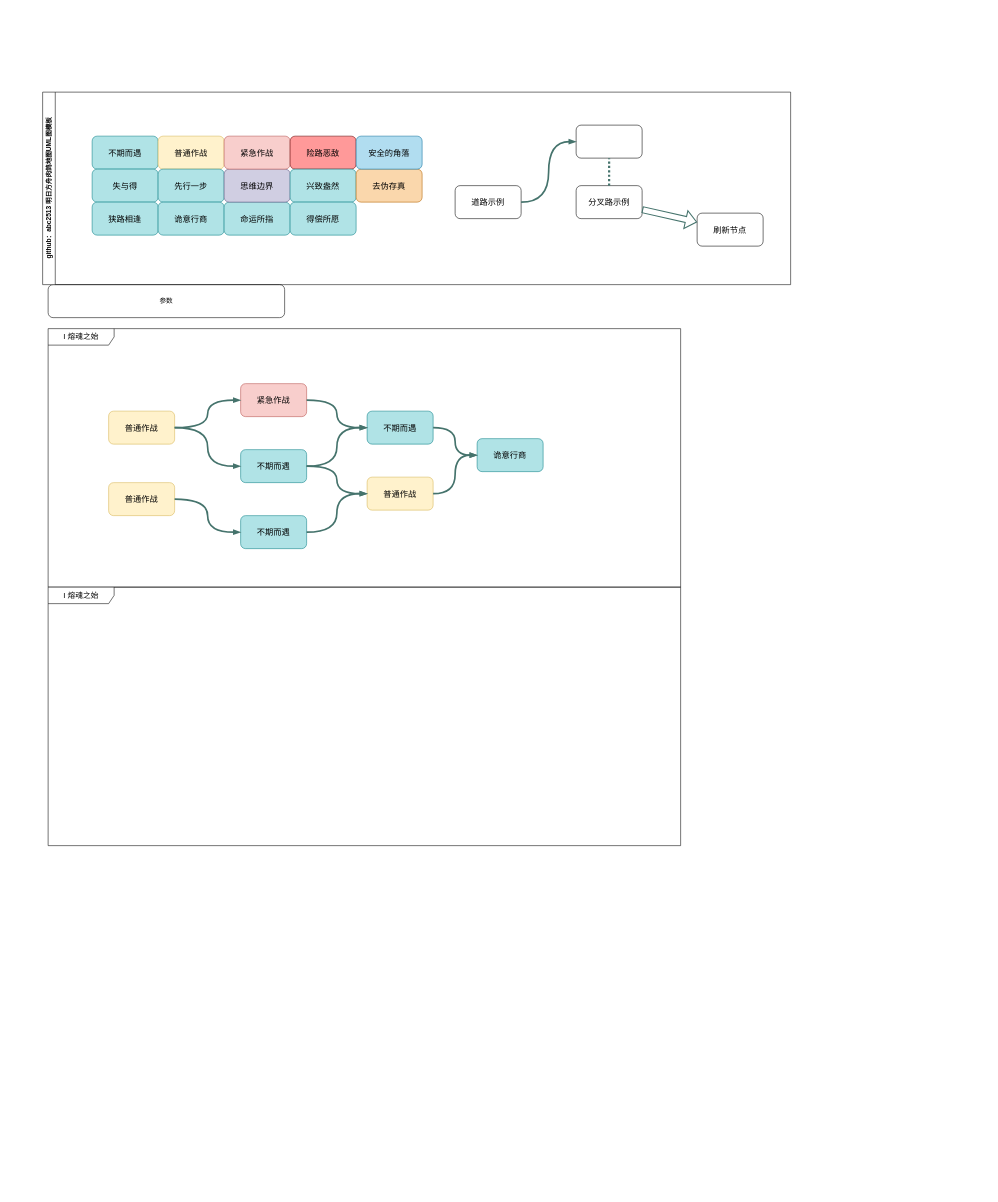
This is files/cf1.drawio from abc2513/ArknightsRoguelikeMapFlowchart, a draw.io file, before an edit. Source tidied: cells renumbered, new cells numbered last; positions are measured from the earlier drawing's top-left corner, leaving out a move shared by most shapes. Both pictures are drawn from the tidied source at 55%, with x=0, y=0 at pixel (42, 92).
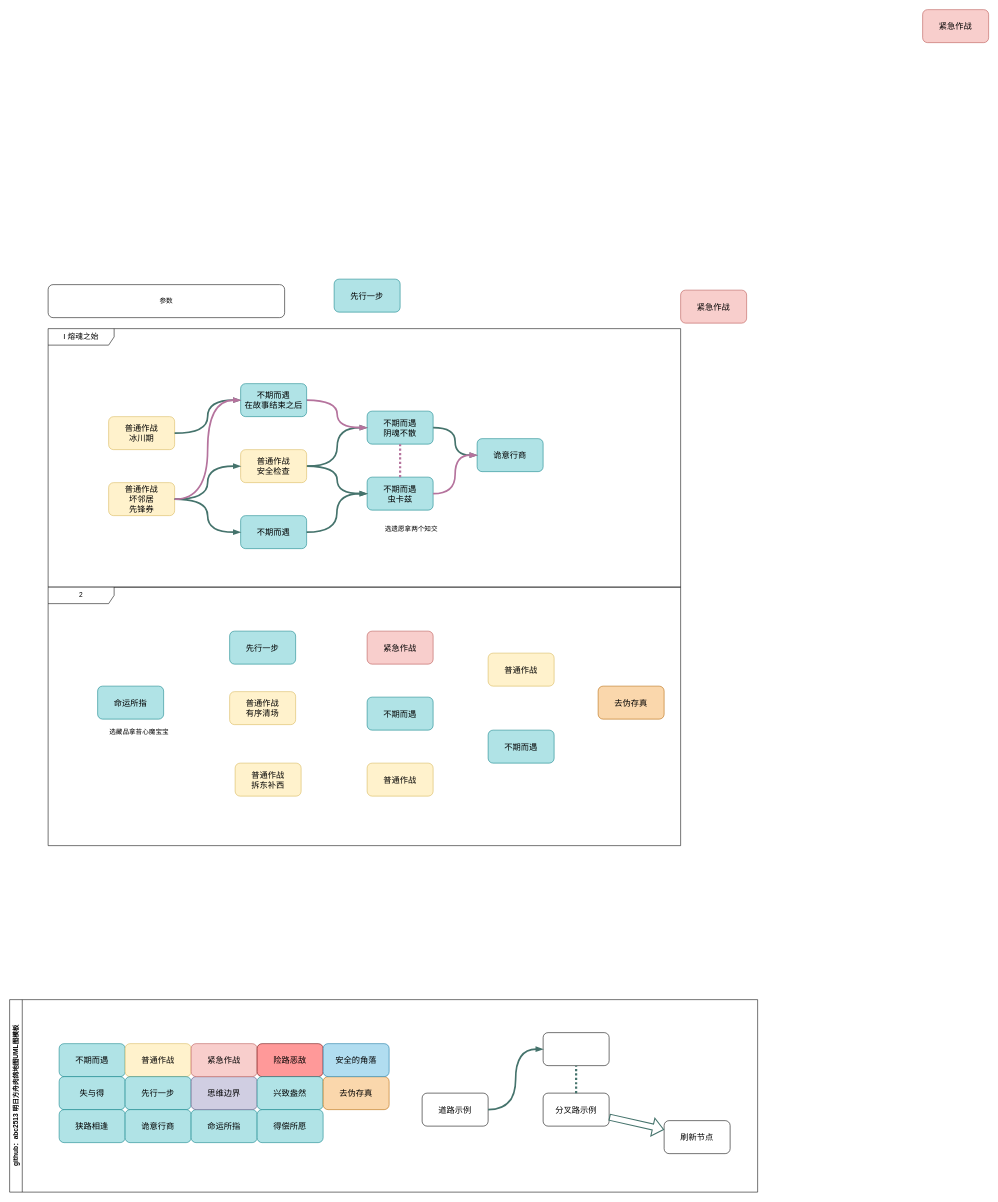
After the change.

Unchanged cells that the change refers to:
```xml
<mxCell id="11" value="诡意行商" style="rounded=1;whiteSpace=wrap;html=1;fontSize=15;fillColor=#b0e3e6;strokeColor=#0e8088;" parent="1" vertex="1">
  <mxGeometry x="790" y="630" width="120" height="60" as="geometry" />
</mxCell>
```

What changed in the source:
```diff
@@
-    <mxCell id="4" value="普通作战" style="rounded=1;whiteSpace=wrap;html=1;fillColor=#fff2cc;strokeColor=#d6b656;fontSize=15;" parent="1" vertex="1">
-      <mxGeometry x="120" y="580" width="120" height="60" as="geometry" />
+    <mxCell id="4" value="&lt;div&gt;普通作战&lt;/div&gt;冰川期" style="rounded=1;whiteSpace=wrap;html=1;fillColor=#fff2cc;strokeColor=#d6b656;fontSize=15;" parent="1" vertex="1">
+      <mxGeometry x="120" y="590" width="120" height="60" as="geometry" />
     </mxCell>
-    <mxCell id="5" value="普通作战" style="rounded=1;whiteSpace=wrap;html=1;fillColor=#fff2cc;strokeColor=#d6b656;fontSize=15;" parent="1" vertex="1">
+    <mxCell id="5" value="&lt;div&gt;普通作战&lt;/div&gt;&lt;div&gt;坏邻居&lt;/div&gt;&lt;div&gt;先锋券&lt;br&gt;&lt;/div&gt;" style="rounded=1;whiteSpace=wrap;html=1;fillColor=#fff2cc;strokeColor=#d6b656;fontSize=15;" parent="1" vertex="1">
       <mxGeometry x="120" y="710" width="120" height="60" as="geometry" />
     </mxCell>
-    <mxCell id="6" value="紧急作战" style="rounded=1;whiteSpace=wrap;html=1;fillColor=#f8cecc;strokeColor=#b85450;fontSize=15;" parent="1" vertex="1">
-      <mxGeometry x="360" y="530" width="120" height="60" as="geometry" />
-    </mxCell>
-    <mxCell id="7" value="不期而遇" style="rounded=1;whiteSpace=wrap;html=1;fillColor=#b0e3e6;strokeColor=#0e8088;fontSize=15;fontFamily=Helvetica;" parent="1" vertex="1">
-      <mxGeometry x="360" y="650" width="120" height="60" as="geometry" />
-    </mxCell>
@@
-    <mxCell id="9" value="不期而遇" style="rounded=1;whiteSpace=wrap;html=1;fillColor=#b0e3e6;strokeColor=#0e8088;fontSize=15;fontFamily=Helvetica;" parent="1" vertex="1">
+    <mxCell id="9" value="&lt;div&gt;不期而遇&lt;/div&gt;阴魂不散" style="rounded=1;whiteSpace=wrap;html=1;fillColor=#b0e3e6;strokeColor=#0e8088;fontSize=15;fontFamily=Helvetica;" parent="1" vertex="1">
       <mxGeometry x="590" y="580" width="120" height="60" as="geometry" />
     </mxCell>
-    <mxCell id="10" value="普通作战" style="rounded=1;whiteSpace=wrap;html=1;fillColor=#fff2cc;strokeColor=#d6b656;fontSize=15;" parent="1" vertex="1">
+    <mxCell id="10" value="&lt;div&gt;不期而遇&lt;/div&gt;&lt;div&gt;虫卡兹&lt;br&gt;&lt;/div&gt;" style="rounded=1;whiteSpace=wrap;html=1;fillColor=#b0e3e6;strokeColor=#0e8088;fontSize=15;" parent="1" vertex="1">
       <mxGeometry x="590" y="700" width="120" height="60" as="geometry" />
     </mxCell>
@@
-    <mxCell id="12" style="edgeStyle=orthogonalEdgeStyle;rounded=0;jettySize=auto;html=1;endArrow=blockThin;endFill=1;strokeWidth=3;strokeColor=#45736C;curved=1;" parent="1" edge="1" source="4" target="6">
+    <mxCell id="12" style="edgeStyle=orthogonalEdgeStyle;rounded=0;jettySize=auto;html=1;endArrow=blockThin;endFill=1;strokeWidth=3;strokeColor=#45736C;curved=1;entryX=0;entryY=0.5;entryDx=0;entryDy=0;" parent="1" edge="1" source="4" target="44">
       <mxGeometry relative="1" as="geometry" />
     </mxCell>
-    <mxCell id="13" style="edgeStyle=orthogonalEdgeStyle;rounded=0;jettySize=auto;html=1;endArrow=blockThin;endFill=1;strokeWidth=3;strokeColor=#45736C;curved=1;entryX=0;entryY=0.5;entryDx=0;entryDy=0;" parent="1" edge="1" source="4" target="7">
-      <mxGeometry relative="1" as="geometry" />
-    </mxCell>
@@
-    <mxCell id="16" style="edgeStyle=orthogonalEdgeStyle;rounded=0;jettySize=auto;html=1;endArrow=blockThin;endFill=1;strokeWidth=3;strokeColor=#45736C;curved=1;entryX=0;entryY=0.5;entryDx=0;entryDy=0;exitX=1;exitY=0.5;exitDx=0;exitDy=0;" parent="1" edge="1" source="7" target="10">
-      <mxGeometry relative="1" as="geometry" />
+    <mxCell id="16" style="edgeStyle=orthogonalEdgeStyle;rounded=0;jettySize=auto;html=1;endArrow=blockThin;endFill=1;strokeWidth=3;strokeColor=#45736C;curved=1;entryX=0;entryY=0.5;entryDx=0;entryDy=0;exitX=1;exitY=0.5;exitDx=0;exitDy=0;" parent="1" edge="1" target="10">
+      <mxGeometry relative="1" as="geometry">
+        <mxPoint x="480" y="680" as="sourcePoint" />
+      </mxGeometry>
     </mxCell>
-    <mxCell id="17" style="edgeStyle=orthogonalEdgeStyle;rounded=0;jettySize=auto;html=1;endArrow=blockThin;endFill=1;strokeWidth=3;strokeColor=#45736C;curved=1;entryX=0;entryY=0.5;entryDx=0;entryDy=0;exitX=1;exitY=0.5;exitDx=0;exitDy=0;" parent="1" edge="1" source="7" target="9">
-      <mxGeometry relative="1" as="geometry" />
+    <mxCell id="17" style="edgeStyle=orthogonalEdgeStyle;rounded=0;jettySize=auto;html=1;endArrow=blockThin;endFill=1;strokeWidth=3;strokeColor=#45736C;curved=1;entryX=0;entryY=0.5;entryDx=0;entryDy=0;exitX=1;exitY=0.5;exitDx=0;exitDy=0;" parent="1" edge="1" target="9">
+      <mxGeometry relative="1" as="geometry">
+        <mxPoint x="480" y="680" as="sourcePoint" />
+      </mxGeometry>
     </mxCell>
-    <mxCell id="18" style="edgeStyle=orthogonalEdgeStyle;rounded=0;jettySize=auto;html=1;endArrow=blockThin;endFill=1;strokeWidth=3;strokeColor=#45736C;curved=1;entryX=0;entryY=0.5;entryDx=0;entryDy=0;exitX=1;exitY=0.5;exitDx=0;exitDy=0;" parent="1" edge="1" source="6" target="9">
-      <mxGeometry relative="1" as="geometry" />
+    <mxCell id="18" style="edgeStyle=orthogonalEdgeStyle;rounded=0;jettySize=auto;html=1;endArrow=blockThin;endFill=1;strokeWidth=3;strokeColor=#B5739D;curved=1;entryX=0;entryY=0.5;entryDx=0;entryDy=0;exitX=1;exitY=0.5;exitDx=0;exitDy=0;" parent="1" edge="1" target="9">
+      <mxGeometry relative="1" as="geometry">
+        <mxPoint x="480" y="560" as="sourcePoint" />
+      </mxGeometry>
     </mxCell>
@@
-    <mxCell id="20" style="edgeStyle=orthogonalEdgeStyle;rounded=0;jettySize=auto;html=1;endArrow=blockThin;endFill=1;strokeWidth=3;strokeColor=#45736C;curved=1;entryX=0;entryY=0.5;entryDx=0;entryDy=0;exitX=1;exitY=0.5;exitDx=0;exitDy=0;" parent="1" edge="1" source="10" target="11">
+    <mxCell id="20" style="edgeStyle=orthogonalEdgeStyle;rounded=0;jettySize=auto;html=1;endArrow=blockThin;endFill=1;strokeWidth=3;strokeColor=#B5739D;curved=1;entryX=0;entryY=0.5;entryDx=0;entryDy=0;exitX=1;exitY=0.5;exitDx=0;exitDy=0;" parent="1" edge="1" source="10" target="11">
       <mxGeometry relative="1" as="geometry" />
     </mxCell>
-    <mxCell id="21" value="&lt;span style=&quot;font-size: 14px;&quot;&gt;I 熔魂之始&lt;/span&gt;" style="shape=umlFrame;whiteSpace=wrap;html=1;width=120;height=30;" parent="1" vertex="1">
+    <mxCell id="21" value="&lt;div&gt;2&lt;/div&gt;" style="shape=umlFrame;whiteSpace=wrap;html=1;width=120;height=30;" parent="1" vertex="1">
       <mxGeometry x="10" y="900" width="1150" height="470" as="geometry" />
     </mxCell>
     <mxCell id="22" value="github：abc2513 明日方舟肉鸽地图UML图模板" style="swimlane;horizontal=0;whiteSpace=wrap;html=1;startSize=23;" parent="1" vertex="1">
-      <mxGeometry width="1360" height="350" as="geometry" />
+      <mxGeometry x="-60" y="1650" width="1360" height="350" as="geometry" />
     </mxCell>
@@
+    <mxCell id="44" value="&lt;div&gt;不期而遇&lt;/div&gt;在故事结束之后" style="rounded=1;whiteSpace=wrap;html=1;fillColor=#b0e3e6;strokeColor=#0e8088;fontSize=15;fontFamily=Helvetica;" parent="1" vertex="1">
+      <mxGeometry x="360" y="530" width="120" height="60" as="geometry" />
+    </mxCell>
+    <mxCell id="45" value="&lt;div&gt;普通作战&lt;/div&gt;安全检查" style="rounded=1;whiteSpace=wrap;html=1;fillColor=#fff2cc;strokeColor=#d6b656;fontSize=15;" parent="1" vertex="1">
+      <mxGeometry x="360" y="650" width="120" height="60" as="geometry" />
+    </mxCell>
+    <mxCell id="46" style="edgeStyle=orthogonalEdgeStyle;rounded=0;jettySize=auto;html=1;endArrow=blockThin;endFill=1;strokeWidth=3;strokeColor=#45736C;curved=1;" parent="1" edge="1" source="5" target="45">
+      <mxGeometry relative="1" as="geometry" />
+    </mxCell>
+    <mxCell id="47" style="edgeStyle=orthogonalEdgeStyle;rounded=0;jettySize=auto;html=1;endArrow=blockThin;endFill=1;strokeWidth=3;strokeColor=#B5739D;curved=1;entryX=0;entryY=0.5;entryDx=0;entryDy=0;" parent="1" edge="1" source="5" target="44">
+      <mxGeometry relative="1" as="geometry" />
+    </mxCell>
+    <mxCell id="48" style="edgeStyle=orthogonalEdgeStyle;rounded=0;jettySize=auto;html=1;strokeWidth=4;endArrow=none;endFill=0;strokeColor=#B5739D;dashed=1;dashPattern=1 1;" parent="1" edge="1" source="10" target="9">
+      <mxGeometry relative="1" as="geometry" />
+    </mxCell>
+    <mxCell id="49" value="选遗愿拿两个知交" style="text;html=1;align=center;verticalAlign=middle;strokeColor=none;fillColor=none;" parent="1" vertex="1">
+      <mxGeometry x="610" y="780" width="120" height="30" as="geometry" />
+    </mxCell>
+    <mxCell id="50" value="命运所指" style="rounded=1;whiteSpace=wrap;html=1;fontSize=15;fillColor=#b0e3e6;strokeColor=#0e8088;" parent="1" vertex="1">
+      <mxGeometry x="100" y="1080" width="120" height="60" as="geometry" />
+    </mxCell>
+    <mxCell id="51" value="选藏品拿苔心魔宝宝" style="text;html=1;align=center;verticalAlign=middle;strokeColor=none;fillColor=none;" parent="1" vertex="1">
+      <mxGeometry x="110" y="1148" width="130" height="30" as="geometry" />
+    </mxCell>
+    <mxCell id="52" value="先行一步" style="rounded=1;whiteSpace=wrap;html=1;fontSize=15;fillColor=#b0e3e6;strokeColor=#0e8088;" parent="1" vertex="1">
+      <mxGeometry x="340" y="980" width="120" height="60" as="geometry" />
+    </mxCell>
+    <mxCell id="53" value="先行一步" style="rounded=1;whiteSpace=wrap;html=1;fontSize=15;fillColor=#b0e3e6;strokeColor=#0e8088;" parent="1" vertex="1">
+      <mxGeometry x="530" y="340" width="120" height="60" as="geometry" />
+    </mxCell>
+    <mxCell id="54" value="&lt;div&gt;普通作战&lt;/div&gt;有序清场" style="rounded=1;whiteSpace=wrap;html=1;fillColor=#fff2cc;strokeColor=#d6b656;fontSize=15;" parent="1" vertex="1">
+      <mxGeometry x="340" y="1090" width="120" height="60" as="geometry" />
+    </mxCell>
+    <mxCell id="55" value="&lt;div&gt;普通作战&lt;/div&gt;拆东补西" style="rounded=1;whiteSpace=wrap;html=1;fillColor=#fff2cc;strokeColor=#d6b656;fontSize=15;" parent="1" vertex="1">
+      <mxGeometry x="350" y="1220" width="120" height="60" as="geometry" />
+    </mxCell>
+    <mxCell id="56" value="紧急作战" style="rounded=1;whiteSpace=wrap;html=1;fillColor=#f8cecc;strokeColor=#b85450;fontSize=15;" parent="1" vertex="1">
+      <mxGeometry x="590" y="980" width="120" height="60" as="geometry" />
+    </mxCell>
+    <mxCell id="57" value="紧急作战" style="rounded=1;whiteSpace=wrap;html=1;fillColor=#f8cecc;strokeColor=#b85450;fontSize=15;" parent="1" vertex="1">
+      <mxGeometry x="1160" y="360" width="120" height="60" as="geometry" />
+    </mxCell>
+    <mxCell id="58" value="不期而遇" style="rounded=1;whiteSpace=wrap;html=1;fillColor=#b0e3e6;strokeColor=#0e8088;fontSize=15;fontFamily=Helvetica;" parent="1" vertex="1">
+      <mxGeometry x="590" y="1100" width="120" height="60" as="geometry" />
+    </mxCell>
+    <mxCell id="59" value="紧急作战" style="rounded=1;whiteSpace=wrap;html=1;fillColor=#f8cecc;strokeColor=#b85450;fontSize=15;" parent="1" vertex="1">
+      <mxGeometry x="1600" y="-150" width="120" height="60" as="geometry" />
+    </mxCell>
+    <mxCell id="60" value="不期而遇" style="rounded=1;whiteSpace=wrap;html=1;fillColor=#b0e3e6;strokeColor=#0e8088;fontSize=15;fontFamily=Helvetica;" parent="1" vertex="1">
+      <mxGeometry x="810" y="1160" width="120" height="60" as="geometry" />
+    </mxCell>
+    <mxCell id="61" value="普通作战" style="rounded=1;whiteSpace=wrap;html=1;fillColor=#fff2cc;strokeColor=#d6b656;fontSize=15;" parent="1" vertex="1">
+      <mxGeometry x="590" y="1220" width="120" height="60" as="geometry" />
+    </mxCell>
+    <mxCell id="62" value="普通作战" style="rounded=1;whiteSpace=wrap;html=1;fillColor=#fff2cc;strokeColor=#d6b656;fontSize=15;" parent="1" vertex="1">
+      <mxGeometry x="810" y="1020" width="120" height="60" as="geometry" />
+    </mxCell>
+    <mxCell id="63" value="去伪存真" style="rounded=1;whiteSpace=wrap;html=1;fontSize=15;fillColor=#fad7ac;strokeColor=#b46504;" parent="1" vertex="1">
+      <mxGeometry x="1010" y="1080" width="120" height="60" as="geometry" />
+    </mxCell>
```
